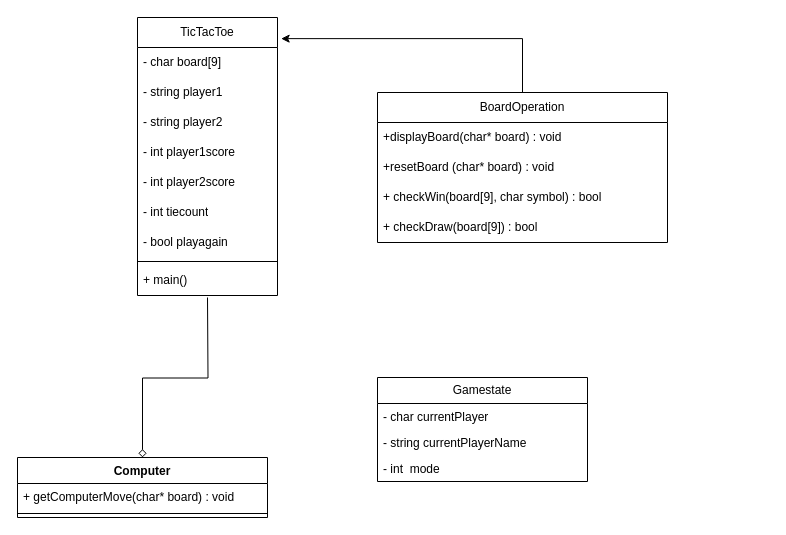
The draw.io diagram lab12.drawio in haris-hk/Tic-Tac-Toe-on-C, before the edit. Source tidied: cells renumbered, new cells numbered last; positions are measured from the earlier drawing's top-left corner, leaving out a move shared by most shapes. Both pictures are drawn from the tidied source at 100%, with x=0, y=0 at pixel (17, 17).
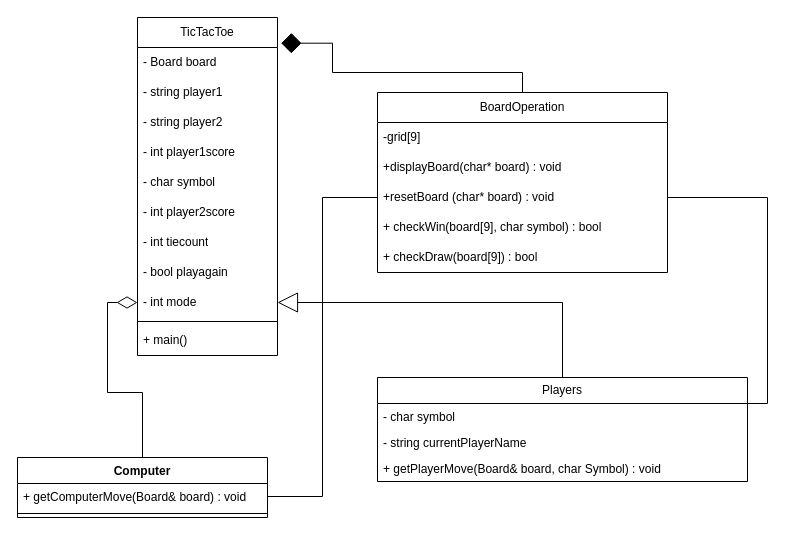
The same diagram, later.

The change refers to these unchanged cells:
```xml
<mxCell id="18" value="Computer" style="swimlane;fontStyle=1;align=center;verticalAlign=top;horizontal=1;startSize=26;whiteSpace=wrap;html=1;" parent="1" vertex="1">
  <mxGeometry y="440" width="250" height="60" as="geometry" />
</mxCell>
```

Diff of the diagram source:
```diff
@@
     <mxCell id="2" value="TicTacToe" style="swimlane;fontStyle=0;horizontal=1;startSize=30;whiteSpace=wrap;html=1;" parent="1" vertex="1">
-      <mxGeometry x="120" width="140" height="278" as="geometry" />
+      <mxGeometry x="120" width="140" height="338" as="geometry" />
     </mxCell>
-    <mxCell id="3" value="- char board[9]" style="text;strokeColor=none;fillColor=none;align=left;verticalAlign=middle;spacingLeft=4;spacingRight=4;overflow=hidden;whiteSpace=wrap;html=1;" parent="2" vertex="1">
+    <mxCell id="3" value="- Board board" style="text;strokeColor=none;fillColor=none;align=left;verticalAlign=middle;spacingLeft=4;spacingRight=4;overflow=hidden;whiteSpace=wrap;html=1;" parent="2" vertex="1">
       <mxGeometry y="30" width="140" height="30" as="geometry" />
     </mxCell>
@@
+    <mxCell id="26" value="- char symbol" style="text;strokeColor=none;fillColor=none;align=left;verticalAlign=middle;spacingLeft=4;spacingRight=4;overflow=hidden;whiteSpace=wrap;html=1;" parent="2" vertex="1">
+      <mxGeometry y="150" width="140" height="30" as="geometry" />
+    </mxCell>
     <mxCell id="7" value="- int player2score" style="text;strokeColor=none;fillColor=none;align=left;verticalAlign=middle;spacingLeft=4;spacingRight=4;overflow=hidden;whiteSpace=wrap;html=1;" parent="2" vertex="1">
-      <mxGeometry y="150" width="140" height="30" as="geometry" />
+      <mxGeometry y="180" width="140" height="30" as="geometry" />
     </mxCell>
     <mxCell id="8" value="- int tiecount" style="text;strokeColor=none;fillColor=none;align=left;verticalAlign=middle;spacingLeft=4;spacingRight=4;overflow=hidden;whiteSpace=wrap;html=1;" parent="2" vertex="1">
-      <mxGeometry y="180" width="140" height="30" as="geometry" />
+      <mxGeometry y="210" width="140" height="30" as="geometry" />
     </mxCell>
+    <mxCell id="27" value="- bool playagain" style="text;strokeColor=none;fillColor=none;align=left;verticalAlign=middle;spacingLeft=4;spacingRight=4;overflow=hidden;whiteSpace=wrap;html=1;" parent="2" vertex="1">
+      <mxGeometry y="240" width="140" height="30" as="geometry" />
+    </mxCell>
-    <mxCell id="9" value="- bool playagain" style="text;strokeColor=none;fillColor=none;align=left;verticalAlign=middle;spacingLeft=4;spacingRight=4;overflow=hidden;points=[[0,0.5],[1,0.5]];portConstraint=eastwest;whiteSpace=wrap;html=1;" parent="2" vertex="1">
-      <mxGeometry y="210" width="140" height="30" as="geometry" />
+    <mxCell id="9" value="- int mode" style="text;strokeColor=none;fillColor=none;align=left;verticalAlign=middle;spacingLeft=4;spacingRight=4;overflow=hidden;points=[[0,0.5],[1,0.5]];portConstraint=eastwest;whiteSpace=wrap;html=1;" parent="2" vertex="1">
+      <mxGeometry y="270" width="140" height="30" as="geometry" />
     </mxCell>
     <mxCell id="10" style="line;strokeWidth=1;fillColor=none;align=left;verticalAlign=middle;spacingTop=-1;spacingLeft=3;spacingRight=3;labelPosition=right;strokeColor=inherit;" parent="2" vertex="1">
-      <mxGeometry y="240" width="140" height="8" as="geometry" />
+      <mxGeometry y="300" width="140" height="8" as="geometry" />
     </mxCell>
     <mxCell id="11" value="+ main()" style="text;strokeColor=none;fillColor=none;align=left;verticalAlign=middle;spacingLeft=4;spacingRight=4;overflow=hidden;whiteSpace=wrap;html=1;" parent="2" vertex="1">
-      <mxGeometry y="248" width="140" height="30" as="geometry" />
+      <mxGeometry y="308" width="140" height="30" as="geometry" />
     </mxCell>
     <mxCell id="12" value="BoardOperation" style="swimlane;fontStyle=0;horizontal=1;startSize=30;whiteSpace=wrap;html=1;" parent="1" vertex="1">
-      <mxGeometry x="360" y="75" width="290" height="150" as="geometry" />
+      <mxGeometry x="360" y="75" width="290" height="180" as="geometry" />
     </mxCell>
-    <mxCell id="13" value="+displayBoard(char* board) : void" style="text;strokeColor=none;fillColor=none;align=left;verticalAlign=middle;spacingLeft=4;spacingRight=4;overflow=hidden;whiteSpace=wrap;html=1;" parent="12" vertex="1">
+    <mxCell id="13" value="-grid[9]" style="text;strokeColor=none;fillColor=none;align=left;verticalAlign=middle;spacingLeft=4;spacingRight=4;overflow=hidden;whiteSpace=wrap;html=1;" parent="12" vertex="1">
       <mxGeometry y="30" width="290" height="30" as="geometry" />
     </mxCell>
+    <mxCell id="28" value="+displayBoard(char* board) : void" style="text;strokeColor=none;fillColor=none;align=left;verticalAlign=middle;spacingLeft=4;spacingRight=4;overflow=hidden;whiteSpace=wrap;html=1;" parent="12" vertex="1">
+      <mxGeometry y="60" width="290" height="30" as="geometry" />
+    </mxCell>
     <mxCell id="14" value="+resetBoard (char* board) : void" style="text;strokeColor=none;fillColor=none;align=left;verticalAlign=middle;spacingLeft=4;spacingRight=4;overflow=hidden;points=[[0,0.5],[1,0.5]];portConstraint=eastwest;whiteSpace=wrap;html=1;" parent="12" vertex="1">
-      <mxGeometry y="60" width="290" height="30" as="geometry" />
+      <mxGeometry y="90" width="290" height="30" as="geometry" />
     </mxCell>
     <mxCell id="15" value="+ checkWin(board[9], char symbol) : bool&amp;nbsp;" style="text;strokeColor=none;fillColor=none;align=left;verticalAlign=middle;spacingLeft=4;spacingRight=4;overflow=hidden;whiteSpace=wrap;html=1;" parent="12" vertex="1">
-      <mxGeometry y="90" width="290" height="30" as="geometry" />
+      <mxGeometry y="120" width="290" height="30" as="geometry" />
     </mxCell>
     <mxCell id="16" value="+ checkDraw(board[9]) : bool&amp;nbsp;" style="text;strokeColor=none;fillColor=none;align=left;verticalAlign=middle;spacingLeft=4;spacingRight=4;overflow=hidden;whiteSpace=wrap;html=1;" parent="12" vertex="1">
-      <mxGeometry y="120" width="290" height="30" as="geometry" />
+      <mxGeometry y="150" width="290" height="30" as="geometry" />
     </mxCell>
-    <mxCell id="17" style="edgeStyle=orthogonalEdgeStyle;rounded=0;jettySize=auto;html=1;exitX=0.5;exitY=0;exitDx=0;exitDy=0;endArrow=none;endFill=0;startArrow=diamond;startFill=0;" parent="1" edge="1" source="18">
-      <mxGeometry relative="1" as="geometry">
-        <mxPoint x="190" y="280" as="targetPoint" />
-      </mxGeometry>
-    </mxCell>
+    <mxCell id="29" style="edgeStyle=orthogonalEdgeStyle;rounded=0;jettySize=auto;html=1;exitX=0.5;exitY=0;exitDx=0;exitDy=0;entryX=0;entryY=0.5;entryDx=0;entryDy=0;startSize=18;endArrow=diamondThin;endFill=0;endSize=18;" parent="1" edge="1" source="18" target="9">
+      <mxGeometry relative="1" as="geometry" />
+    </mxCell>
@@
-    <mxCell id="19" value="+ getComputerMove(char* board) : void" style="text;strokeColor=none;fillColor=none;align=left;verticalAlign=top;spacingLeft=4;spacingRight=4;overflow=hidden;points=[[0,0.5],[1,0.5]];portConstraint=eastwest;whiteSpace=wrap;html=1;" parent="18" vertex="1">
+    <mxCell id="19" value="+ getComputerMove(Board&amp;amp;&amp;nbsp;board) : void" style="text;strokeColor=none;fillColor=none;align=left;verticalAlign=top;spacingLeft=4;spacingRight=4;overflow=hidden;points=[[0,0.5],[1,0.5]];portConstraint=eastwest;whiteSpace=wrap;html=1;" parent="18" vertex="1">
       <mxGeometry y="26" width="250" height="26" as="geometry" />
     </mxCell>
@@
+    <mxCell id="30" style="edgeStyle=orthogonalEdgeStyle;rounded=0;jettySize=auto;html=1;exitX=1;exitY=0.25;exitDx=0;exitDy=0;entryX=1;entryY=0.5;entryDx=0;entryDy=0;endArrow=none;endFill=0;" parent="1" edge="1" source="21" target="14">
+      <mxGeometry relative="1" as="geometry" />
+    </mxCell>
-    <mxCell id="21" value="Gamestate" style="swimlane;fontStyle=0;horizontal=1;startSize=26;fillColor=none;whiteSpace=wrap;html=1;" parent="1" vertex="1">
-      <mxGeometry x="360" y="360" width="210" height="104" as="geometry" />
+    <mxCell id="21" value="Players" style="swimlane;fontStyle=0;horizontal=1;startSize=26;fillColor=none;whiteSpace=wrap;html=1;" parent="1" vertex="1">
+      <mxGeometry x="360" y="360" width="370" height="104" as="geometry" />
     </mxCell>
-    <mxCell id="22" value="- char currentPlayer" style="text;strokeColor=none;fillColor=none;align=left;verticalAlign=top;spacingLeft=4;spacingRight=4;overflow=hidden;whiteSpace=wrap;html=1;" parent="21" vertex="1">
-      <mxGeometry y="26" width="210" height="26" as="geometry" />
+    <mxCell id="22" value="- char symbol" style="text;strokeColor=none;fillColor=none;align=left;verticalAlign=top;spacingLeft=4;spacingRight=4;overflow=hidden;whiteSpace=wrap;html=1;" parent="21" vertex="1">
+      <mxGeometry y="26" width="370" height="26" as="geometry" />
     </mxCell>
     <mxCell id="23" value="- string currentPlayerName" style="text;strokeColor=none;fillColor=none;align=left;verticalAlign=top;spacingLeft=4;spacingRight=4;overflow=hidden;whiteSpace=wrap;html=1;" parent="21" vertex="1">
-      <mxGeometry y="52" width="210" height="26" as="geometry" />
+      <mxGeometry y="52" width="370" height="26" as="geometry" />
     </mxCell>
-    <mxCell id="24" value="- int&amp;nbsp; mode&amp;nbsp;" style="text;strokeColor=none;fillColor=none;align=left;verticalAlign=top;spacingLeft=4;spacingRight=4;overflow=hidden;whiteSpace=wrap;html=1;" parent="21" vertex="1">
-      <mxGeometry y="78" width="210" height="26" as="geometry" />
+    <mxCell id="24" value="+ getPlayerMove(Board&amp;amp; board, char Symbol) : void" style="text;strokeColor=none;fillColor=none;align=left;verticalAlign=top;spacingLeft=4;spacingRight=4;overflow=hidden;whiteSpace=wrap;html=1;" parent="21" vertex="1">
+      <mxGeometry y="78" width="370" height="26" as="geometry" />
     </mxCell>
-    <mxCell id="25" style="edgeStyle=orthogonalEdgeStyle;rounded=0;jettySize=auto;html=1;exitX=0.5;exitY=0;exitDx=0;exitDy=0;entryX=1.026;entryY=0.076;entryDx=0;entryDy=0;entryPerimeter=0;" parent="1" edge="1" source="12" target="2">
+    <mxCell id="25" style="edgeStyle=orthogonalEdgeStyle;rounded=0;jettySize=auto;html=1;exitX=0.5;exitY=0;exitDx=0;exitDy=0;entryX=1.026;entryY=0.076;entryDx=0;entryDy=0;entryPerimeter=0;endArrow=diamond;endFill=1;endSize=18;" parent="1" edge="1" source="12" target="2">
       <mxGeometry relative="1" as="geometry" />
     </mxCell>
+    <mxCell id="31" style="edgeStyle=orthogonalEdgeStyle;rounded=0;jettySize=auto;html=1;exitX=1;exitY=0.5;exitDx=0;exitDy=0;entryX=0.5;entryY=0;entryDx=0;entryDy=0;endArrow=none;endFill=0;startArrow=block;startFill=0;endSize=22;startSize=18;" parent="1" edge="1" source="9" target="21">
+      <mxGeometry relative="1" as="geometry" />
+    </mxCell>
+    <mxCell id="32" style="edgeStyle=orthogonalEdgeStyle;rounded=0;jettySize=auto;html=1;exitX=1;exitY=0.5;exitDx=0;exitDy=0;entryX=0;entryY=0.5;entryDx=0;entryDy=0;endArrow=none;endFill=0;" parent="1" edge="1" source="19" target="14">
+      <mxGeometry relative="1" as="geometry" />
+    </mxCell>
```
